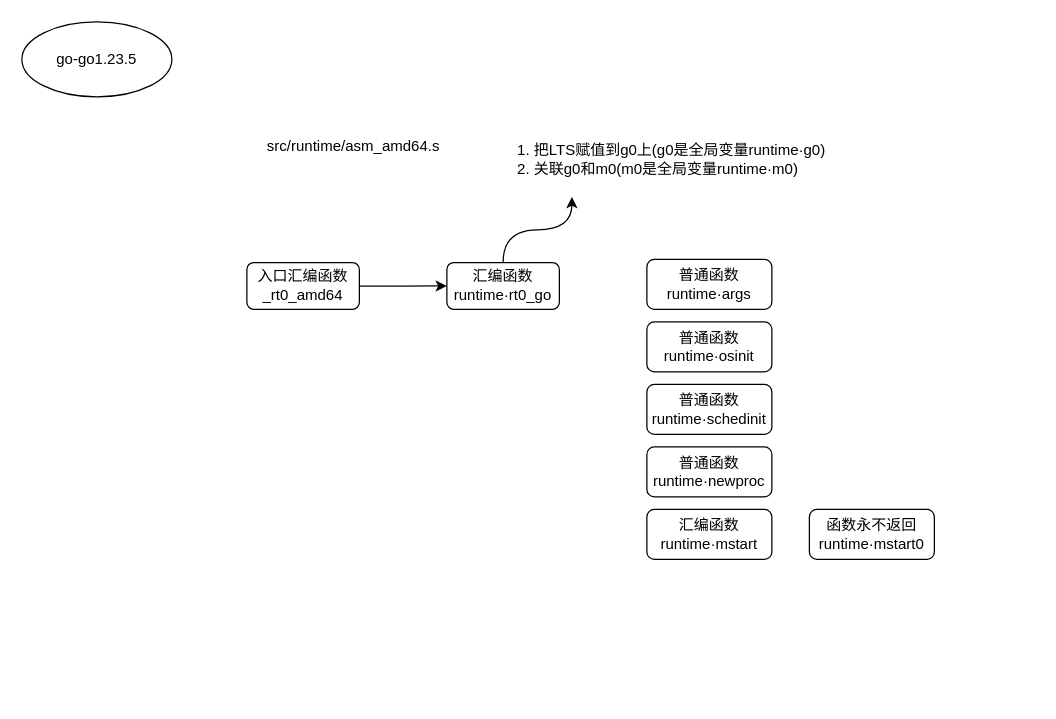
fire1220/annotation-go1.23.5 keeps this draw.io diagram as book/src/MGP.drawio. Above is the earlier version. Source tidied: cells renumbered, new cells numbered last; positions are measured from the earlier drawing's top-left corner, leaving out a move shared by most shapes. Both pictures are drawn from the tidied source at 125%, with x=0, y=0 at pixel (21, 21).
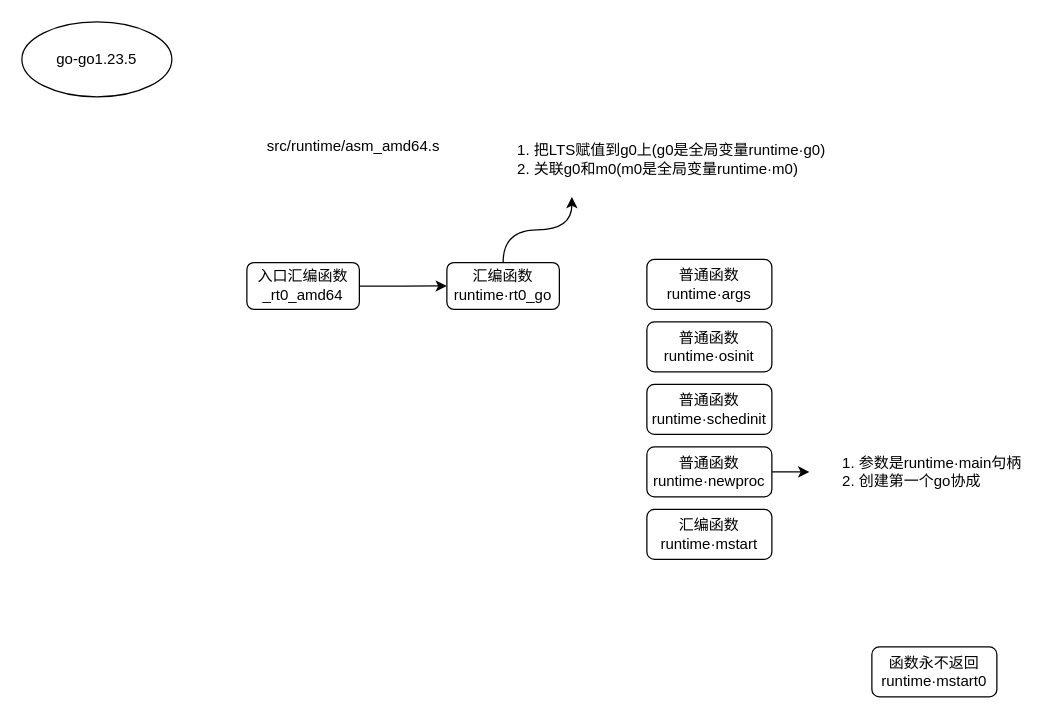
The same page after the edit.

Change to the diagram source:
```diff
@@
 <mxGraphModel>
   <root>
     <mxCell id="0" />
     <mxCell id="1" parent="0" />
     <mxCell id="2" style="edgeStyle=orthogonalEdgeStyle;rounded=0;jettySize=auto;html=1;entryX=0;entryY=0.5;entryDx=0;entryDy=0;" parent="1" edge="1" source="3" target="7">
       <mxGeometry relative="1" as="geometry" />
     </mxCell>
     <mxCell id="3" value="入口汇编函数&lt;br&gt;_rt0_amd64" style="rounded=1;whiteSpace=wrap;html=1;" parent="1" vertex="1">
       <mxGeometry x="180" y="192.5" width="90" height="37.5" as="geometry" />
     </mxCell>
     <mxCell id="4" value="&lt;span&gt;go-go1.23.5&lt;/span&gt;" style="ellipse;whiteSpace=wrap;html=1;" parent="1" vertex="1">
       <mxGeometry width="120" height="60" as="geometry" />
     </mxCell>
     <mxCell id="5" value="&lt;span&gt;src/runtime/asm_amd64.s&lt;/span&gt;" style="text;html=1;align=center;verticalAlign=middle;strokeColor=none;" parent="1" vertex="1">
       <mxGeometry x="190" y="90" width="150" height="20" as="geometry" />
     </mxCell>
     <mxCell id="6" style="edgeStyle=orthogonalEdgeStyle;curved=1;rounded=0;jettySize=auto;html=1;entryX=0.25;entryY=1;entryDx=0;entryDy=0;fontSize=12;strokeWidth=1;" parent="1" edge="1" source="7" target="8">
       <mxGeometry relative="1" as="geometry" />
     </mxCell>
     <mxCell id="7" value="汇编函数&lt;br&gt;runtime·rt0_go" style="rounded=1;whiteSpace=wrap;html=1;" parent="1" vertex="1">
       <mxGeometry x="340" y="192.5" width="90" height="37.5" as="geometry" />
     </mxCell>
     <mxCell id="8" value="&lt;ol style=&quot;font-size: 12px;&quot;&gt;&lt;li style=&quot;font-size: 12px;&quot;&gt;把LTS赋值到g0上(g0是全局变量&lt;span style=&quot;font-size: 12px;&quot;&gt;runtime·g0)&lt;/span&gt;&lt;/li&gt;&lt;li style=&quot;font-size: 12px;&quot;&gt;&lt;span style=&quot;font-size: 12px;&quot;&gt;关联g0和m0(m0是全局变量runtime·m0)&lt;/span&gt;&lt;/li&gt;&lt;/ol&gt;" style="text;strokeColor=none;fillColor=none;html=1;verticalAlign=middle;overflow=hidden;align=left;spacing=0;labelBorderColor=none;labelBackgroundColor=none;imageWidth=24;imageHeight=24;arcSize=12;fontSize=12;absoluteArcSize=0;fillOpacity=100;" parent="1" vertex="1">
       <mxGeometry x="370" y="80" width="280" height="60" as="geometry" />
     </mxCell>
     <mxCell id="9" value="普通函数&lt;br&gt;runtime·args" style="rounded=1;whiteSpace=wrap;html=1;labelBackgroundColor=none;align=center;" parent="1" vertex="1">
       <mxGeometry x="500" y="190" width="100" height="40" as="geometry" />
     </mxCell>
     <mxCell id="10" value="普通函数&lt;br&gt;runtime·osinit" style="rounded=1;whiteSpace=wrap;html=1;labelBackgroundColor=none;align=center;" parent="1" vertex="1">
       <mxGeometry x="500" y="240" width="100" height="40" as="geometry" />
     </mxCell>
     <mxCell id="11" value="普通函数&lt;br&gt;runtime·schedinit" style="rounded=1;whiteSpace=wrap;html=1;labelBackgroundColor=none;align=center;" parent="1" vertex="1">
       <mxGeometry x="500" y="290" width="100" height="40" as="geometry" />
     </mxCell>
+    <mxCell id="15" style="edgeStyle=orthogonalEdgeStyle;curved=1;rounded=0;jettySize=auto;html=1;entryX=0;entryY=0.5;entryDx=0;entryDy=0;fontSize=12;strokeWidth=1;" parent="1" edge="1" source="12" target="16">
+      <mxGeometry relative="1" as="geometry" />
+    </mxCell>
     <mxCell id="12" value="普通函数&lt;br&gt;runtime·newproc" style="rounded=1;whiteSpace=wrap;html=1;labelBackgroundColor=none;align=center;" parent="1" vertex="1">
       <mxGeometry x="500" y="340" width="100" height="40" as="geometry" />
     </mxCell>
     <mxCell id="13" value="汇编函数&lt;br&gt;runtime·mstart" style="rounded=1;whiteSpace=wrap;html=1;labelBackgroundColor=none;align=center;" parent="1" vertex="1">
       <mxGeometry x="500" y="390" width="100" height="40" as="geometry" />
     </mxCell>
     <mxCell id="14" value="&lt;span&gt;函数永不返回&lt;/span&gt;&lt;br&gt;runtime·mstart0" style="rounded=1;whiteSpace=wrap;html=1;labelBackgroundColor=none;align=center;" parent="1" vertex="1">
-      <mxGeometry x="630" y="390" width="100" height="40" as="geometry" />
+      <mxGeometry x="680" y="500" width="100" height="40" as="geometry" />
     </mxCell>
+    <mxCell id="16" value="&lt;ol style=&quot;font-size: 12px&quot;&gt;&lt;li style=&quot;font-size: 12px&quot;&gt;&lt;span style=&quot;text-align: center&quot;&gt;参数是runtime·main句柄&lt;/span&gt;&lt;br&gt;&lt;/li&gt;&lt;li style=&quot;font-size: 12px&quot;&gt;创建第一个go协成&lt;/li&gt;&lt;/ol&gt;" style="text;strokeColor=none;fillColor=none;html=1;verticalAlign=middle;overflow=hidden;align=left;spacing=0;labelBorderColor=none;labelBackgroundColor=none;imageWidth=24;imageHeight=24;arcSize=12;fontSize=12;absoluteArcSize=0;fillOpacity=100;" parent="1" vertex="1">
+      <mxGeometry x="630" y="330" width="180" height="60" as="geometry" />
+    </mxCell>
   </root>
 </mxGraphModel>
```
